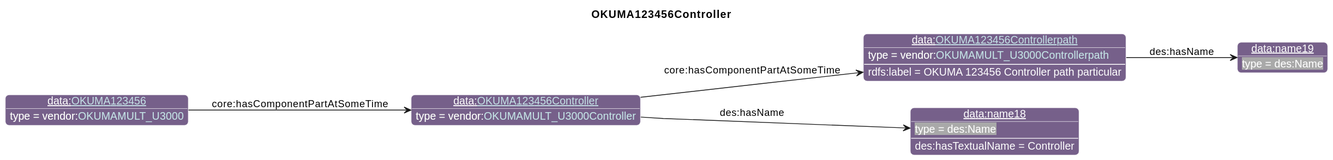
Before: diagrams/OKUMA123456Controller.svg, a diagram exported from PlantUML (iofoundry/example-syseng-mtconnect).
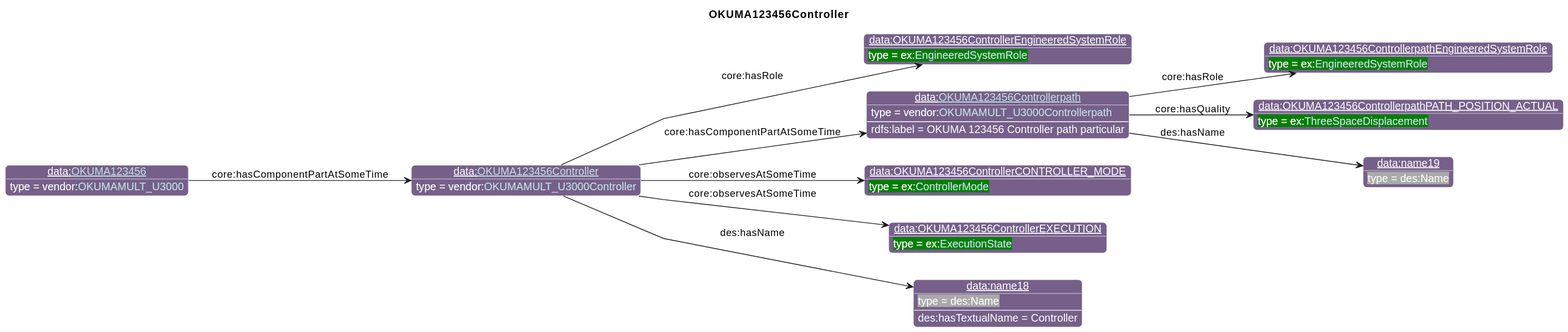
After the commit.

The edit, as a diff of the source:
```diff
@@ -26,14 +26,24 @@
                       "qp":"641B2E"
       }
 individual(o0, data:[[./OKUMA123456Controller.html OKUMA123456Controller]], vendor:[[../OKUMA.html#OKUMAMULT_U3000Controller OKUMAMULT_U3000Controller]])
-individual(o1, data:[[./OKUMA123456Controllerpath.html OKUMA123456Controllerpath]], vendor:[[../OKUMA.html#OKUMAMULT_U3000Controllerpath OKUMAMULT_U3000Controllerpath]])
-individual(o2, data:name19, des:Name)
-individual(o3, data:name18, des:Name)
-individual(o4, data:[[./OKUMA123456.html OKUMA123456]], vendor:[[../OKUMA.html#OKUMAMULT_U3000 OKUMAMULT_U3000]])
-property(o0, "core:hasComponentPartAtSomeTime", o1)
-data(o1, "rdfs:label", "OKUMA 123456 Controller path particular")
-property(o1, "des:hasName", o2)
-property(o0, "des:hasName", o3)
-data(o3, "des:hasTextualName", "Controller")
-property(o4, "core:hasComponentPartAtSomeTime", o0)
+individual(o1, data:OKUMA123456ControllerEngineeredSystemRole, ex:[[../Example.html#EngineeredSystemRole EngineeredSystemRole]])
+individual(o2, data:[[./OKUMA123456Controllerpath.html OKUMA123456Controllerpath]], vendor:[[../OKUMA.html#OKUMAMULT_U3000Controllerpath OKUMAMULT_U3000Controllerpath]])
+individual(o3, data:OKUMA123456ControllerpathEngineeredSystemRole, ex:[[../Example.html#EngineeredSystemRole EngineeredSystemRole]])
+individual(o4, data:OKUMA123456ControllerpathPATH_POSITION_ACTUAL, ex:[[../Example.html#ThreeSpaceDisplacement ThreeSpaceDisplacement]])
+individual(o5, data:name19, des:Name)
+individual(o6, data:OKUMA123456ControllerCONTROLLER_MODE, ex:[[../Example.html#ControllerMode ControllerMode]])
+individual(o7, data:OKUMA123456ControllerEXECUTION, ex:[[../Example.html#ExecutionState ExecutionState]])
+individual(o8, data:name18, des:Name)
+individual(o9, data:[[./OKUMA123456.html OKUMA123456]], vendor:[[../OKUMA.html#OKUMAMULT_U3000 OKUMAMULT_U3000]])
+property(o0, "core:hasRole", o1)
+property(o0, "core:hasComponentPartAtSomeTime", o2)
+data(o2, "rdfs:label", "OKUMA 123456 Controller path particular")
+property(o2, "core:hasRole", o3)
+property(o2, "core:hasQuality", o4)
+property(o2, "des:hasName", o5)
+property(o0, "core:observesAtSomeTime", o6)
+property(o0, "core:observesAtSomeTime", o7)
+property(o0, "des:hasName", o8)
+data(o8, "des:hasTextualName", "Controller")
+property(o9, "core:hasComponentPartAtSomeTime", o0)
 @enduml
```
